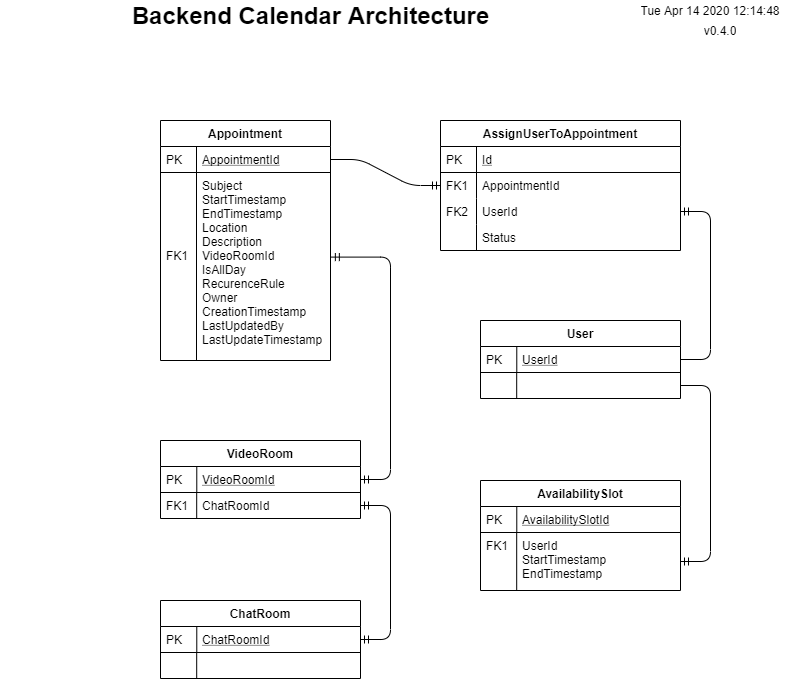
Before: documentation/architecture/Telemed Calendar solution.png, a diagram exported from draw.io (TelemedDevGroup/TelemedProtoApp). Source tidied: cells renumbered, new cells last; positions are measured from the earlier drawing's top-left corner, leaving out a move shared by most shapes.
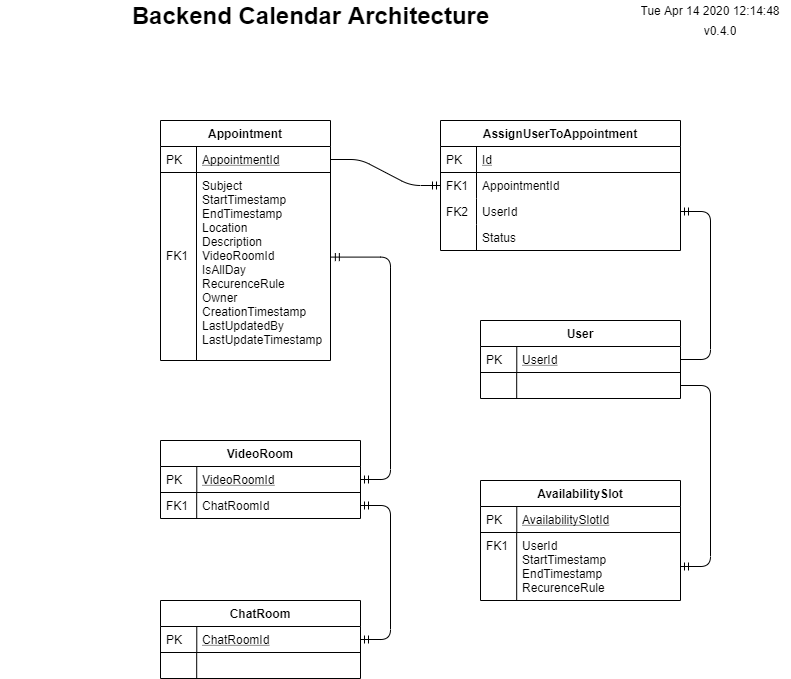
Later version of the same file.

What changed in the source:
```diff
@@ -115,7 +115,7 @@
       <mxGeometry relative="1" as="geometry" />
     </mxCell>
     <mxCell id="38" value="AvailabilitySlot" style="swimlane;fontStyle=1;horizontal=1;startSize=26;rounded=0;shadow=0;strokeWidth=1;" parent="1" vertex="1">
-      <mxGeometry x="480" y="480" width="200" height="110" as="geometry" />
+      <mxGeometry x="480" y="480" width="200" height="120" as="geometry" />
     </mxCell>
     <mxCell id="39" value="AvailabilitySlotId" style="shape=partialRectangle;top=0;left=0;right=0;bottom=1;align=left;verticalAlign=top;fillColor=none;spacingLeft=40;spacingRight=4;overflow=hidden;rounded=0;shadow=0;strokeWidth=1;fontStyle=4;" parent="38" vertex="1">
       <mxGeometry y="26" width="200" height="26" as="geometry" />
@@ -123,11 +123,11 @@
     <mxCell id="40" value="PK" style="shape=partialRectangle;top=0;left=0;bottom=0;fillColor=none;align=left;verticalAlign=top;spacingLeft=4;spacingRight=4;overflow=hidden;" parent="39" vertex="1">
       <mxGeometry width="36.3" height="26" as="geometry" />
     </mxCell>
-    <mxCell id="41" value="UserId&#10;StartTimestamp&#10;EndTimestamp" style="shape=partialRectangle;top=0;left=0;right=0;bottom=0;align=left;verticalAlign=top;fillColor=none;spacingLeft=40;spacingRight=4;overflow=hidden;points=[[0,0.5],[1,0.5]];portConstraint=eastwest;rounded=0;shadow=0;strokeWidth=1;" parent="38" vertex="1">
-      <mxGeometry y="52" width="200" height="58" as="geometry" />
+    <mxCell id="41" value="UserId&#10;StartTimestamp&#10;EndTimestamp&#10;RecurenceRule" style="shape=partialRectangle;top=0;left=0;right=0;bottom=0;align=left;verticalAlign=top;fillColor=none;spacingLeft=40;spacingRight=4;overflow=hidden;points=[[0,0.5],[1,0.5]];portConstraint=eastwest;rounded=0;shadow=0;strokeWidth=1;" parent="38" vertex="1">
+      <mxGeometry y="52" width="200" height="68" as="geometry" />
     </mxCell>
     <mxCell id="42" value="FK1" style="shape=partialRectangle;top=0;left=0;bottom=0;fillColor=none;align=left;verticalAlign=top;spacingLeft=4;spacingRight=4;overflow=hidden;" parent="41" vertex="1">
-      <mxGeometry width="36.2" height="58" as="geometry" />
+      <mxGeometry width="36.2" height="68" as="geometry" />
     </mxCell>
     <mxCell id="43" style="edgeStyle=entityRelationEdgeStyle;fontSize=12;html=1;endArrow=ERmandOne;exitX=1;exitY=0.5;exitDx=0;exitDy=0;" parent="1" edge="1" source="22" target="41">
       <mxGeometry relative="1" as="geometry" />
```
